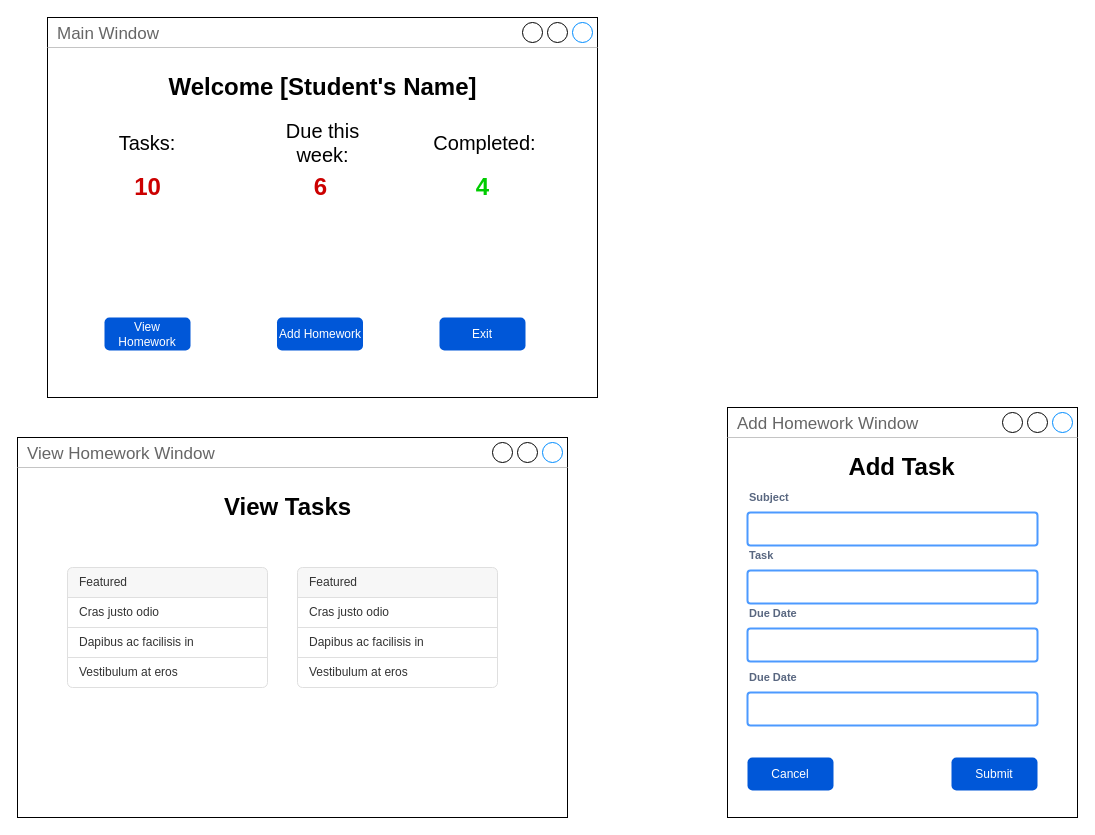
Earlier version of the draw.io diagram mockup_2.drawio (AgapeFin/12DGT_AS91896-AS91897). Source tidied: cells renumbered, new cells numbered last; positions are measured from the earlier drawing's top-left corner, leaving out a move shared by most shapes. Both pictures are drawn from the tidied source at 100%, with x=0, y=0 at pixel (17, 17).
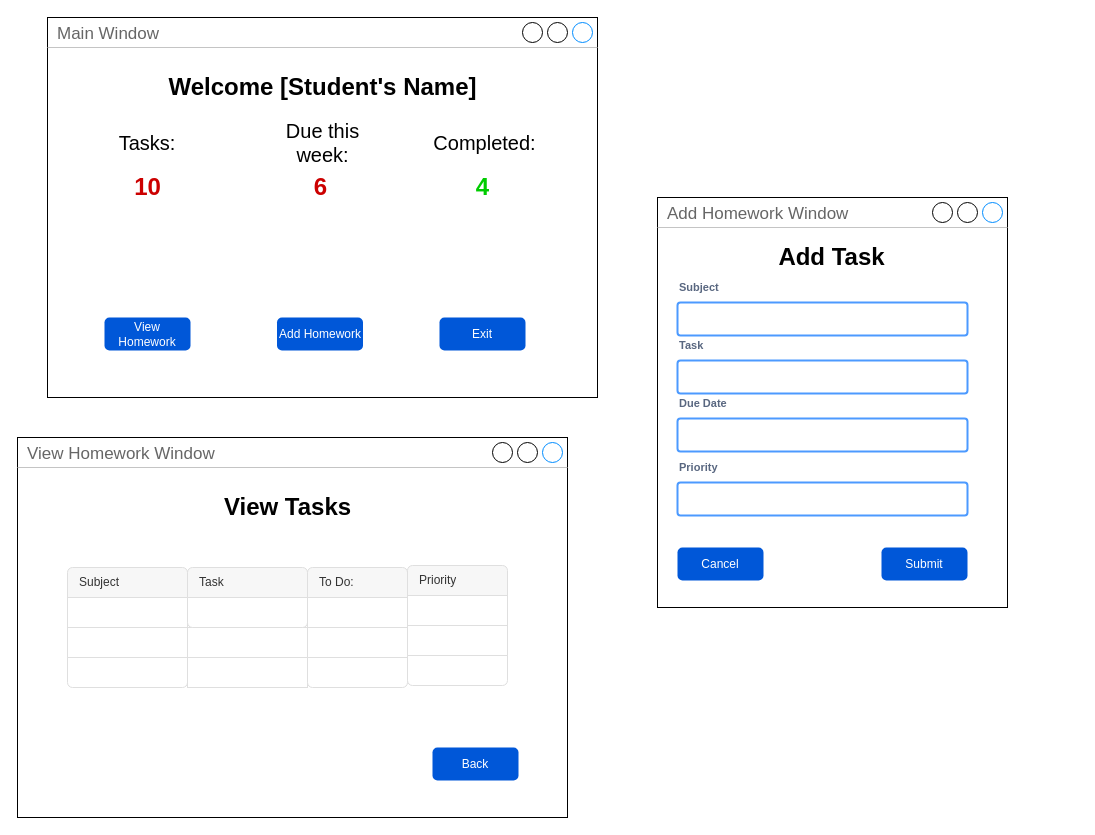
After the change.

Commit message (it also covers changes not shown here):
Created another mockup design for GUI program, adjusted other designs.

What changed in the source:
```diff
@@
     <mxCell id="13" value="Add Homework Window" style="strokeWidth=1;shadow=0;dashed=0;align=center;html=1;shape=mxgraph.mockup.containers.window;align=left;verticalAlign=top;spacingLeft=8;strokeColor2=#008cff;strokeColor3=#c4c4c4;fontColor=#666666;mainText=;fontSize=17;labelBackgroundColor=none;whiteSpace=wrap;" parent="1" vertex="1">
-      <mxGeometry x="710" y="390" width="350" height="410" as="geometry" />
+      <mxGeometry x="640" y="180" width="350" height="410" as="geometry" />
     </mxCell>
     <mxCell id="14" value="Add Task" style="text;strokeColor=none;fillColor=none;html=1;fontSize=24;fontStyle=1;verticalAlign=middle;align=center;" parent="1" vertex="1">
-      <mxGeometry x="834" y="430" width="100" height="40" as="geometry" />
+      <mxGeometry x="764" y="220" width="100" height="40" as="geometry" />
     </mxCell>
     <mxCell id="15" value="Submit" style="rounded=1;fillColor=#0057D8;strokeColor=none;html=1;whiteSpace=wrap;fontColor=#ffffff;align=center;verticalAlign=middle;fontStyle=0;fontSize=12;sketch=0;" parent="1" vertex="1">
-      <mxGeometry x="934" y="740" width="86" height="33" as="geometry" />
+      <mxGeometry x="864" y="530" width="86" height="33" as="geometry" />
     </mxCell>
     <mxCell id="16" value="Subject" style="fillColor=none;strokeColor=none;html=1;fontSize=11;fontStyle=0;align=left;fontColor=#596780;fontStyle=1;fontSize=11;" parent="1" vertex="1">
-      <mxGeometry x="730" y="470" width="240" height="20" as="geometry" />
+      <mxGeometry x="660" y="260" width="240" height="20" as="geometry" />
     </mxCell>
     <mxCell id="17" style="rounded=1;arcSize=9;align=left;spacingLeft=5;strokeColor=#4C9AFF;html=1;strokeWidth=2;fontSize=12;" parent="1" vertex="1">
-      <mxGeometry x="730" y="495" width="290" height="33" as="geometry" />
+      <mxGeometry x="660" y="285" width="290" height="33" as="geometry" />
     </mxCell>
     <mxCell id="18" style="rounded=1;arcSize=9;align=left;spacingLeft=5;strokeColor=#4C9AFF;html=1;strokeWidth=2;fontSize=12;" parent="1" vertex="1">
-      <mxGeometry x="730" y="553" width="290" height="33" as="geometry" />
+      <mxGeometry x="660" y="343" width="290" height="33" as="geometry" />
     </mxCell>
     <mxCell id="19" value="Task" style="fillColor=none;strokeColor=none;html=1;fontSize=11;fontStyle=0;align=left;fontColor=#596780;fontStyle=1;fontSize=11;" parent="1" vertex="1">
-      <mxGeometry x="730" y="528" width="240" height="20" as="geometry" />
+      <mxGeometry x="660" y="318" width="240" height="20" as="geometry" />
     </mxCell>
     <mxCell id="20" value="Due Date" style="fillColor=none;strokeColor=none;html=1;fontSize=11;fontStyle=0;align=left;fontColor=#596780;fontStyle=1;fontSize=11;" parent="1" vertex="1">
-      <mxGeometry x="730" y="586" width="240" height="20" as="geometry" />
+      <mxGeometry x="660" y="376" width="240" height="20" as="geometry" />
     </mxCell>
     <mxCell id="21" style="rounded=1;arcSize=9;align=left;spacingLeft=5;strokeColor=#4C9AFF;html=1;strokeWidth=2;fontSize=12;" parent="1" vertex="1">
-      <mxGeometry x="730" y="611" width="290" height="33" as="geometry" />
+      <mxGeometry x="660" y="401" width="290" height="33" as="geometry" />
     </mxCell>
-    <mxCell id="22" value="Due Date" style="fillColor=none;strokeColor=none;html=1;fontSize=11;fontStyle=0;align=left;fontColor=#596780;fontStyle=1;fontSize=11;" parent="1" vertex="1">
-      <mxGeometry x="730" y="650" width="240" height="20" as="geometry" />
+    <mxCell id="22" value="Priority" style="fillColor=none;strokeColor=none;html=1;fontSize=11;fontStyle=0;align=left;fontColor=#596780;fontStyle=1;fontSize=11;" parent="1" vertex="1">
+      <mxGeometry x="660" y="440" width="240" height="20" as="geometry" />
     </mxCell>
     <mxCell id="23" style="rounded=1;arcSize=9;align=left;spacingLeft=5;strokeColor=#4C9AFF;html=1;strokeWidth=2;fontSize=12;" parent="1" vertex="1">
-      <mxGeometry x="730" y="675" width="290" height="33" as="geometry" />
+      <mxGeometry x="660" y="465" width="290" height="33" as="geometry" />
     </mxCell>
     <mxCell id="24" value="Cancel" style="rounded=1;fillColor=#0057D8;strokeColor=none;html=1;whiteSpace=wrap;fontColor=#ffffff;align=center;verticalAlign=middle;fontStyle=0;fontSize=12;sketch=0;" parent="1" vertex="1">
-      <mxGeometry x="730" y="740" width="86" height="33" as="geometry" />
+      <mxGeometry x="660" y="530" width="86" height="33" as="geometry" />
     </mxCell>
@@
     <mxCell id="27" style="swimlane;fontStyle=0;horizontal=1;startSize=0;whiteSpace=wrap;html=1;strokeColor=none;fillColor=none;" parent="1" vertex="1">
-      <mxGeometry x="50" y="550" width="200" height="120" as="geometry" />
+      <mxGeometry x="50" y="550" width="120" height="120" as="geometry" />
     </mxCell>
-    <mxCell id="28" value="Featured" style="text;strokeColor=#DFDFDF;fillColor=#F7F7F7;align=left;verticalAlign=middle;spacingLeft=10;spacingRight=10;overflow=hidden;whiteSpace=wrap;html=1;shape=mxgraph.bootstrap.topButton;rSize=5;fontColor=#333333;" parent="27" vertex="1">
-      <mxGeometry width="200" height="30" as="geometry" />
+    <mxCell id="28" value="Subject" style="text;strokeColor=#DFDFDF;fillColor=#F7F7F7;align=left;verticalAlign=middle;spacingLeft=10;spacingRight=10;overflow=hidden;whiteSpace=wrap;html=1;shape=mxgraph.bootstrap.topButton;rSize=5;fontColor=#333333;" parent="27" vertex="1">
+      <mxGeometry width="120" height="30" as="geometry" />
     </mxCell>
-    <mxCell id="29" value="Cras justo odio" style="text;strokeColor=#DFDFDF;fillColor=#FFFFFF;align=left;verticalAlign=middle;spacingLeft=10;spacingRight=10;overflow=hidden;whiteSpace=wrap;html=1;rSize=5;fontColor=#333333;" parent="27" vertex="1">
-      <mxGeometry y="30" width="200" height="30" as="geometry" />
+    <mxCell id="29" style="text;strokeColor=#DFDFDF;fillColor=#FFFFFF;align=left;verticalAlign=middle;spacingLeft=10;spacingRight=10;overflow=hidden;whiteSpace=wrap;html=1;rSize=5;fontColor=#333333;" parent="27" vertex="1">
+      <mxGeometry y="30" width="120" height="30" as="geometry" />
     </mxCell>
-    <mxCell id="30" value="Dapibus ac facilisis in" style="text;strokeColor=#DFDFDF;fillColor=#FFFFFF;align=left;verticalAlign=middle;spacingLeft=10;spacingRight=10;overflow=hidden;whiteSpace=wrap;html=1;rSize=5;fontColor=#333333;" parent="27" vertex="1">
-      <mxGeometry y="60" width="200" height="30" as="geometry" />
+    <mxCell id="30" style="text;strokeColor=#DFDFDF;fillColor=#FFFFFF;align=left;verticalAlign=middle;spacingLeft=10;spacingRight=10;overflow=hidden;whiteSpace=wrap;html=1;rSize=5;fontColor=#333333;" parent="27" vertex="1">
+      <mxGeometry y="60" width="120" height="30" as="geometry" />
     </mxCell>
-    <mxCell id="31" value="Vestibulum at eros" style="text;strokeColor=#DFDFDF;fillColor=#FFFFFF;align=left;verticalAlign=middle;spacingLeft=10;spacingRight=10;overflow=hidden;whiteSpace=wrap;html=1;shape=mxgraph.bootstrap.bottomButton;rSize=5;fontColor=#333333;" parent="27" vertex="1">
-      <mxGeometry y="90" width="200" height="30" as="geometry" />
+    <mxCell id="31" style="text;strokeColor=#DFDFDF;fillColor=#FFFFFF;align=left;verticalAlign=middle;spacingLeft=10;spacingRight=10;overflow=hidden;whiteSpace=wrap;html=1;shape=mxgraph.bootstrap.bottomButton;rSize=5;fontColor=#333333;" parent="27" vertex="1">
+      <mxGeometry y="90" width="120" height="30" as="geometry" />
     </mxCell>
-    <mxCell id="32" style="swimlane;fontStyle=0;horizontal=1;startSize=0;whiteSpace=wrap;html=1;strokeColor=none;fillColor=none;" parent="1" vertex="1">
-      <mxGeometry x="280" y="550" width="200" height="120" as="geometry" />
-    </mxCell>
-    <mxCell id="33" value="Featured" style="text;strokeColor=#DFDFDF;fillColor=#F7F7F7;align=left;verticalAlign=middle;spacingLeft=10;spacingRight=10;overflow=hidden;whiteSpace=wrap;html=1;shape=mxgraph.bootstrap.topButton;rSize=5;fontColor=#333333;" parent="32" vertex="1">
-      <mxGeometry width="200" height="30" as="geometry" />
-    </mxCell>
-    <mxCell id="34" value="Cras justo odio" style="text;strokeColor=#DFDFDF;fillColor=#FFFFFF;align=left;verticalAlign=middle;spacingLeft=10;spacingRight=10;overflow=hidden;whiteSpace=wrap;html=1;rSize=5;fontColor=#333333;" parent="32" vertex="1">
-      <mxGeometry y="30" width="200" height="30" as="geometry" />
-    </mxCell>
-    <mxCell id="35" value="Dapibus ac facilisis in" style="text;strokeColor=#DFDFDF;fillColor=#FFFFFF;align=left;verticalAlign=middle;spacingLeft=10;spacingRight=10;overflow=hidden;whiteSpace=wrap;html=1;rSize=5;fontColor=#333333;" parent="32" vertex="1">
-      <mxGeometry y="60" width="200" height="30" as="geometry" />
-    </mxCell>
-    <mxCell id="36" value="Vestibulum at eros" style="text;strokeColor=#DFDFDF;fillColor=#FFFFFF;align=left;verticalAlign=middle;spacingLeft=10;spacingRight=10;overflow=hidden;whiteSpace=wrap;html=1;shape=mxgraph.bootstrap.bottomButton;rSize=5;fontColor=#333333;" parent="32" vertex="1">
-      <mxGeometry y="90" width="200" height="30" as="geometry" />
-    </mxCell>
+    <mxCell id="37" value="Task" style="text;strokeColor=#DFDFDF;fillColor=#F7F7F7;align=left;verticalAlign=middle;spacingLeft=10;spacingRight=10;overflow=hidden;whiteSpace=wrap;html=1;shape=mxgraph.bootstrap.topButton;rSize=5;fontColor=#333333;" parent="1" vertex="1">
+      <mxGeometry x="170" y="550" width="120" height="30" as="geometry" />
+    </mxCell>
+    <mxCell id="38" style="text;strokeColor=#DFDFDF;fillColor=#FFFFFF;align=left;verticalAlign=middle;spacingLeft=10;spacingRight=10;overflow=hidden;whiteSpace=wrap;html=1;rSize=5;fontColor=#333333;" parent="1" vertex="1">
+      <mxGeometry x="170" y="640" width="120" height="30" as="geometry" />
+    </mxCell>
+    <mxCell id="39" style="text;strokeColor=#DFDFDF;fillColor=#FFFFFF;align=left;verticalAlign=middle;spacingLeft=10;spacingRight=10;overflow=hidden;whiteSpace=wrap;html=1;rSize=5;fontColor=#333333;" parent="1" vertex="1">
+      <mxGeometry x="170" y="610" width="120" height="30" as="geometry" />
+    </mxCell>
+    <mxCell id="40" style="text;strokeColor=#DFDFDF;fillColor=#FFFFFF;align=left;verticalAlign=middle;spacingLeft=10;spacingRight=10;overflow=hidden;whiteSpace=wrap;html=1;shape=mxgraph.bootstrap.bottomButton;rSize=5;fontColor=#333333;" parent="1" vertex="1">
+      <mxGeometry x="170" y="580" width="120" height="30" as="geometry" />
+    </mxCell>
+    <mxCell id="41" value="To Do:" style="text;strokeColor=#DFDFDF;fillColor=#F7F7F7;align=left;verticalAlign=middle;spacingLeft=10;spacingRight=10;overflow=hidden;whiteSpace=wrap;html=1;shape=mxgraph.bootstrap.topButton;rSize=5;fontColor=#333333;" parent="1" vertex="1">
+      <mxGeometry x="290" y="550" width="100" height="30" as="geometry" />
+    </mxCell>
+    <mxCell id="42" style="text;strokeColor=#DFDFDF;fillColor=#FFFFFF;align=left;verticalAlign=middle;spacingLeft=10;spacingRight=10;overflow=hidden;whiteSpace=wrap;html=1;rSize=5;fontColor=#333333;" parent="1" vertex="1">
+      <mxGeometry x="290" y="580" width="100" height="30" as="geometry" />
+    </mxCell>
+    <mxCell id="43" style="text;strokeColor=#DFDFDF;fillColor=#FFFFFF;align=left;verticalAlign=middle;spacingLeft=10;spacingRight=10;overflow=hidden;whiteSpace=wrap;html=1;rSize=5;fontColor=#333333;" parent="1" vertex="1">
+      <mxGeometry x="290" y="610" width="100" height="30" as="geometry" />
+    </mxCell>
+    <mxCell id="44" style="text;strokeColor=#DFDFDF;fillColor=#FFFFFF;align=left;verticalAlign=middle;spacingLeft=10;spacingRight=10;overflow=hidden;whiteSpace=wrap;html=1;shape=mxgraph.bootstrap.bottomButton;rSize=5;fontColor=#333333;" parent="1" vertex="1">
+      <mxGeometry x="290" y="640" width="100" height="30" as="geometry" />
+    </mxCell>
+    <mxCell id="45" value="Priority" style="text;strokeColor=#DFDFDF;fillColor=#F7F7F7;align=left;verticalAlign=middle;spacingLeft=10;spacingRight=10;overflow=hidden;whiteSpace=wrap;html=1;shape=mxgraph.bootstrap.topButton;rSize=5;fontColor=#333333;" parent="1" vertex="1">
+      <mxGeometry x="390" y="548" width="100" height="30" as="geometry" />
+    </mxCell>
+    <mxCell id="46" style="text;strokeColor=#DFDFDF;fillColor=#FFFFFF;align=left;verticalAlign=middle;spacingLeft=10;spacingRight=10;overflow=hidden;whiteSpace=wrap;html=1;rSize=5;fontColor=#333333;" parent="1" vertex="1">
+      <mxGeometry x="390" y="578" width="100" height="30" as="geometry" />
+    </mxCell>
+    <mxCell id="47" style="text;strokeColor=#DFDFDF;fillColor=#FFFFFF;align=left;verticalAlign=middle;spacingLeft=10;spacingRight=10;overflow=hidden;whiteSpace=wrap;html=1;rSize=5;fontColor=#333333;" parent="1" vertex="1">
+      <mxGeometry x="390" y="608" width="100" height="30" as="geometry" />
+    </mxCell>
+    <mxCell id="48" style="text;strokeColor=#DFDFDF;fillColor=#FFFFFF;align=left;verticalAlign=middle;spacingLeft=10;spacingRight=10;overflow=hidden;whiteSpace=wrap;html=1;shape=mxgraph.bootstrap.bottomButton;rSize=5;fontColor=#333333;" parent="1" vertex="1">
+      <mxGeometry x="390" y="638" width="100" height="30" as="geometry" />
+    </mxCell>
+    <mxCell id="49" value="Back" style="rounded=1;fillColor=#0057D8;strokeColor=none;html=1;whiteSpace=wrap;fontColor=#ffffff;align=center;verticalAlign=middle;fontStyle=0;fontSize=12;sketch=0;" parent="1" vertex="1">
+      <mxGeometry x="415" y="730" width="86" height="33" as="geometry" />
+    </mxCell>
```
